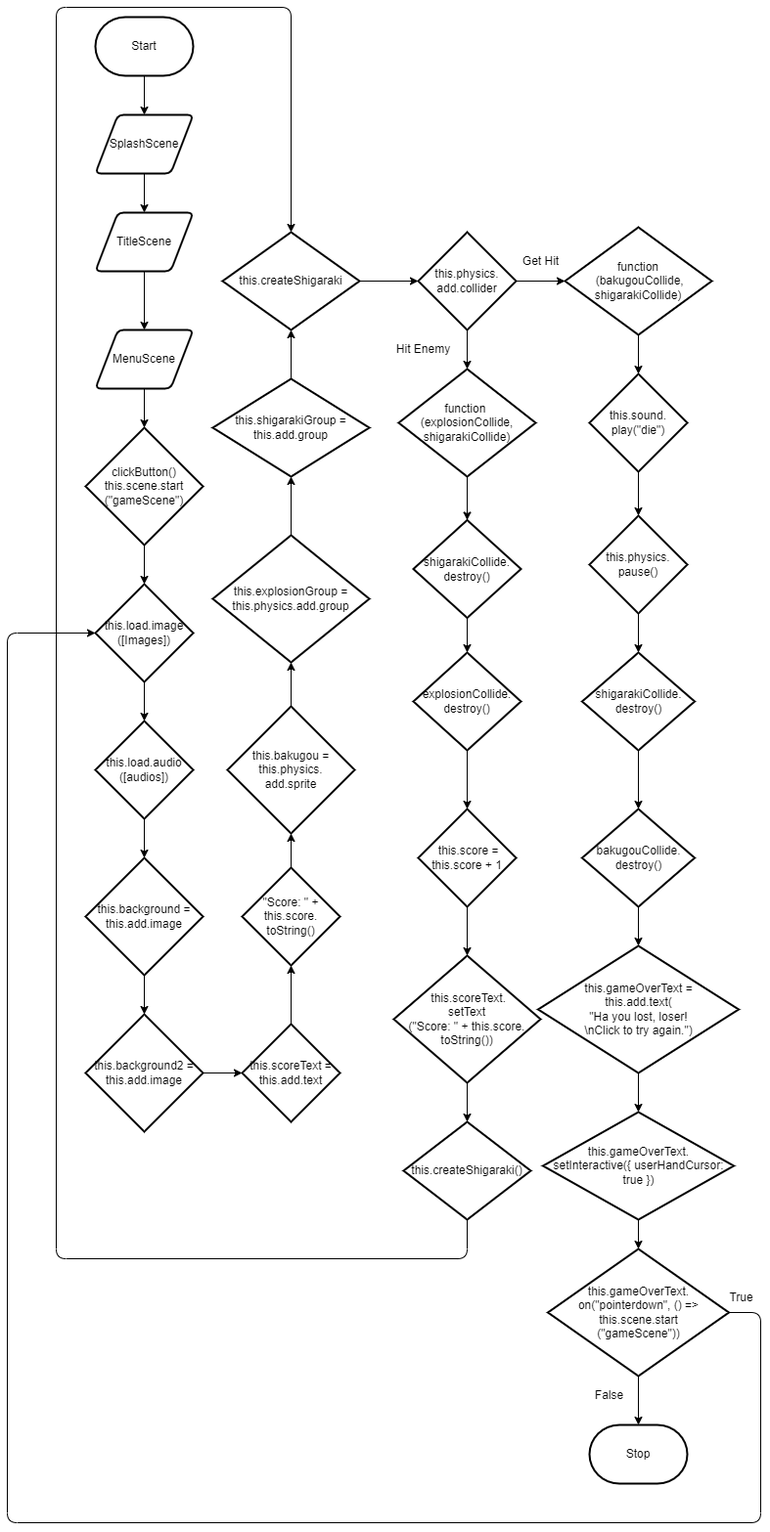
The draw.io diagram designs/flowchart.png in KaitlynIp64/Final-Project---Kaitlyn-and-Ava, before a commit. Source tidied: cells renumbered, new cells last; positions are measured from the earlier drawing's top-left corner, leaving out a move shared by most shapes.
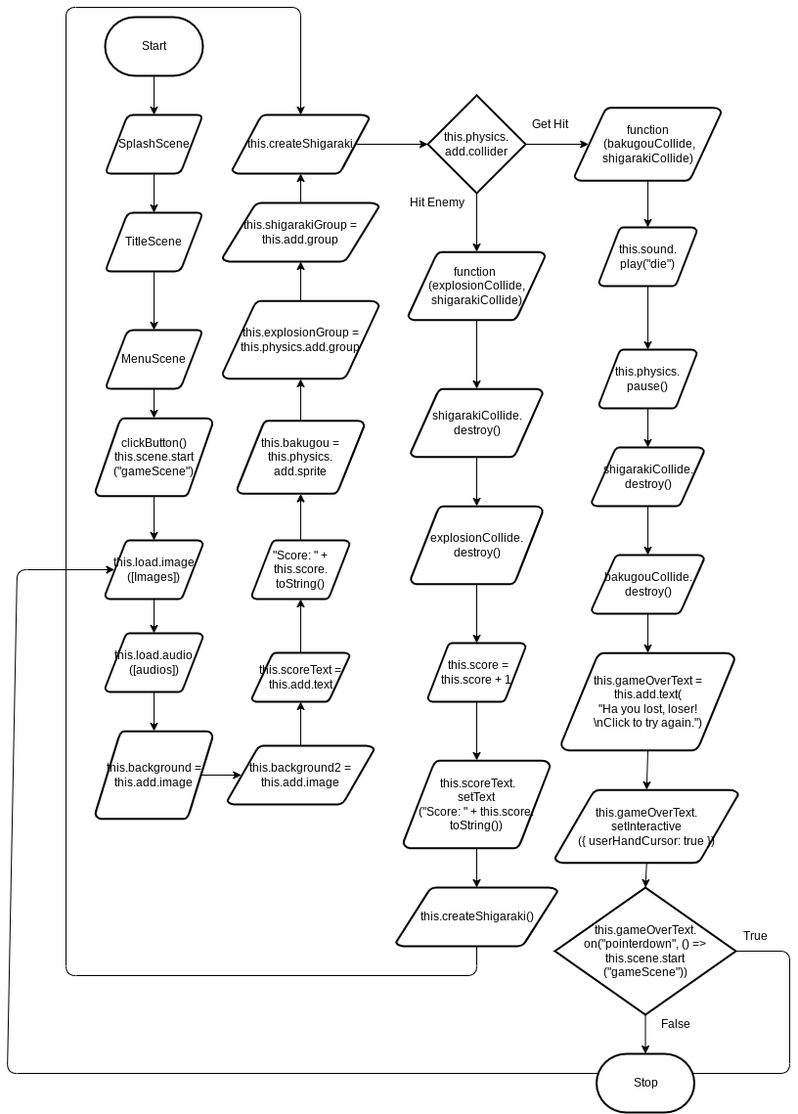
Above is the later version.

Diff of the diagram source:
```diff
@@ -31,4 +31,4 @@
     </mxCell>
-    <mxCell id="11" value="&lt;div&gt;clickButton() &lt;span&gt;this.scene.start&lt;/span&gt;&lt;/div&gt;&lt;div&gt;&lt;span&gt;(&quot;gameScene&quot;)&lt;/span&gt;&lt;/div&gt;" style="strokeWidth=2;html=1;shape=mxgraph.flowchart.decision;whiteSpace=wrap;" parent="1" vertex="1">
-      <mxGeometry x="80" y="430" width="120" height="120" as="geometry" />
+    <mxCell id="11" value="&lt;div&gt;clickButton() &lt;span&gt;this.scene.start&lt;/span&gt;&lt;/div&gt;&lt;div&gt;&lt;span&gt;(&quot;gameScene&quot;)&lt;/span&gt;&lt;/div&gt;" style="strokeWidth=2;html=1;shape=mxgraph.flowchart.data;whiteSpace=wrap;" parent="1" vertex="1">
+      <mxGeometry x="80" y="420" width="120" height="80" as="geometry" />
     </mxCell>
@@ -37,4 +37,4 @@
     </mxCell>
-    <mxCell id="13" value="this.load.image&lt;br&gt;([Images])" style="strokeWidth=2;html=1;shape=mxgraph.flowchart.decision;whiteSpace=wrap;" parent="1" vertex="1">
-      <mxGeometry x="90" y="590" width="100" height="100" as="geometry" />
+    <mxCell id="13" value="this.load.image&lt;br&gt;([Images])" style="strokeWidth=2;html=1;shape=mxgraph.flowchart.data;whiteSpace=wrap;" parent="1" vertex="1">
+      <mxGeometry x="90" y="545" width="100" height="60" as="geometry" />
     </mxCell>
@@ -43,16 +43,16 @@
     </mxCell>
-    <mxCell id="15" value="this.load.audio&lt;br&gt;([audios])" style="strokeWidth=2;html=1;shape=mxgraph.flowchart.decision;whiteSpace=wrap;" parent="1" vertex="1">
-      <mxGeometry x="90" y="730" width="100" height="100" as="geometry" />
+    <mxCell id="15" value="this.load.audio&lt;br&gt;([audios])" style="strokeWidth=2;html=1;shape=mxgraph.flowchart.data;whiteSpace=wrap;" parent="1" vertex="1">
+      <mxGeometry x="90" y="640" width="100" height="60" as="geometry" />
     </mxCell>
-    <mxCell id="16" style="edgeStyle=none;html=1;exitX=0.5;exitY=1;exitDx=0;exitDy=0;exitPerimeter=0;entryX=0.5;entryY=0;entryDx=0;entryDy=0;entryPerimeter=0;" parent="1" edge="1" source="17" target="19">
+    <mxCell id="16" style="edgeStyle=none;html=1;exitX=0.905;exitY=0.5;exitDx=0;exitDy=0;exitPerimeter=0;entryX=0.095;entryY=0.5;entryDx=0;entryDy=0;entryPerimeter=0;" parent="1" edge="1" source="17" target="19">
       <mxGeometry relative="1" as="geometry" />
     </mxCell>
-    <mxCell id="17" value="this.background = this.add.image" style="strokeWidth=2;html=1;shape=mxgraph.flowchart.decision;whiteSpace=wrap;" parent="1" vertex="1">
-      <mxGeometry x="80" y="870" width="120" height="120" as="geometry" />
+    <mxCell id="17" value="this.background = this.add.image" style="strokeWidth=2;html=1;shape=mxgraph.flowchart.data;whiteSpace=wrap;" parent="1" vertex="1">
+      <mxGeometry x="80" y="740" width="120" height="90" as="geometry" />
     </mxCell>
-    <mxCell id="18" style="edgeStyle=none;html=1;exitX=1;exitY=0.5;exitDx=0;exitDy=0;exitPerimeter=0;entryX=0;entryY=0.5;entryDx=0;entryDy=0;entryPerimeter=0;" parent="1" edge="1" source="19" target="21">
+    <mxCell id="18" style="edgeStyle=none;html=1;" parent="1" edge="1" source="19" target="21">
       <mxGeometry relative="1" as="geometry" />
     </mxCell>
-    <mxCell id="19" value="this.background2 = this.add.image" style="strokeWidth=2;html=1;shape=mxgraph.flowchart.decision;whiteSpace=wrap;" parent="1" vertex="1">
-      <mxGeometry x="80" y="1030" width="120" height="120" as="geometry" />
+    <mxCell id="19" value="this.background2 = this.add.image" style="strokeWidth=2;html=1;shape=mxgraph.flowchart.data;whiteSpace=wrap;" parent="1" vertex="1">
+      <mxGeometry x="215" y="755" width="150" height="60" as="geometry" />
     </mxCell>
@@ -61,4 +61,4 @@
     </mxCell>
-    <mxCell id="21" value="this.scoreText = this.add.text" style="strokeWidth=2;html=1;shape=mxgraph.flowchart.decision;whiteSpace=wrap;" parent="1" vertex="1">
-      <mxGeometry x="240" y="1040" width="100" height="100" as="geometry" />
+    <mxCell id="21" value="this.scoreText = this.add.text" style="strokeWidth=2;html=1;shape=mxgraph.flowchart.data;whiteSpace=wrap;" parent="1" vertex="1">
+      <mxGeometry x="240" y="660" width="100" height="50" as="geometry" />
     </mxCell>
@@ -67,4 +67,4 @@
     </mxCell>
-    <mxCell id="23" value="&quot;Score: &quot; + this.score.&lt;br&gt;toString()" style="strokeWidth=2;html=1;shape=mxgraph.flowchart.decision;whiteSpace=wrap;" parent="1" vertex="1">
-      <mxGeometry x="240" y="880" width="100" height="100" as="geometry" />
+    <mxCell id="23" value="&quot;Score: &quot; + this.score.&lt;br&gt;toString()" style="strokeWidth=2;html=1;shape=mxgraph.flowchart.data;whiteSpace=wrap;" parent="1" vertex="1">
+      <mxGeometry x="240" y="545" width="100" height="60" as="geometry" />
     </mxCell>
@@ -73,10 +73,10 @@
     </mxCell>
-    <mxCell id="25" value="this.bakugou = this.physics.&lt;br&gt;add.sprite" style="strokeWidth=2;html=1;shape=mxgraph.flowchart.decision;whiteSpace=wrap;" parent="1" vertex="1">
-      <mxGeometry x="225" y="715" width="130" height="130" as="geometry" />
+    <mxCell id="25" value="this.bakugou = this.physics.&lt;br&gt;add.sprite" style="strokeWidth=2;html=1;shape=mxgraph.flowchart.data;whiteSpace=wrap;" parent="1" vertex="1">
+      <mxGeometry x="225" y="422.5" width="130" height="75" as="geometry" />
     </mxCell>
-    <mxCell id="26" style="edgeStyle=none;html=1;exitX=0.5;exitY=0;exitDx=0;exitDy=0;exitPerimeter=0;entryX=0.5;entryY=1;entryDx=0;entryDy=0;entryPerimeter=0;" parent="1" edge="1" source="27" target="29">
+    <mxCell id="26" style="edgeStyle=none;html=1;exitX=0.5;exitY=0;exitDx=0;exitDy=0;exitPerimeter=0;" parent="1" edge="1" source="27" target="29">
       <mxGeometry relative="1" as="geometry" />
     </mxCell>
-    <mxCell id="27" value="this.explosionGroup = this.physics.add.group" style="strokeWidth=2;html=1;shape=mxgraph.flowchart.decision;whiteSpace=wrap;" parent="1" vertex="1">
-      <mxGeometry x="210" y="540" width="160" height="130" as="geometry" />
+    <mxCell id="27" value="this.explosionGroup = this.physics.add.group" style="strokeWidth=2;html=1;shape=mxgraph.flowchart.data;whiteSpace=wrap;" parent="1" vertex="1">
+      <mxGeometry x="210" y="300" width="160" height="80" as="geometry" />
     </mxCell>
@@ -85,10 +85,10 @@
     </mxCell>
-    <mxCell id="29" value="this.shigarakiGroup = this.add.group" style="strokeWidth=2;html=1;shape=mxgraph.flowchart.decision;whiteSpace=wrap;" parent="1" vertex="1">
-      <mxGeometry x="210" y="380" width="160" height="100" as="geometry" />
+    <mxCell id="29" value="this.shigarakiGroup = this.add.group" style="strokeWidth=2;html=1;shape=mxgraph.flowchart.data;whiteSpace=wrap;" parent="1" vertex="1">
+      <mxGeometry x="210" y="200" width="160" height="60" as="geometry" />
     </mxCell>
-    <mxCell id="30" style="edgeStyle=none;html=1;entryX=0;entryY=0.5;entryDx=0;entryDy=0;entryPerimeter=0;" parent="1" edge="1" source="31" target="34">
+    <mxCell id="30" style="edgeStyle=none;html=1;entryX=0;entryY=0.5;entryDx=0;entryDy=0;entryPerimeter=0;exitX=0.905;exitY=0.5;exitDx=0;exitDy=0;exitPerimeter=0;" parent="1" edge="1" source="31" target="34">
       <mxGeometry relative="1" as="geometry" />
     </mxCell>
-    <mxCell id="31" value="this.createShigaraki" style="strokeWidth=2;html=1;shape=mxgraph.flowchart.decision;whiteSpace=wrap;" parent="1" vertex="1">
-      <mxGeometry x="220" y="230" width="140" height="100" as="geometry" />
+    <mxCell id="31" value="this.createShigaraki" style="strokeWidth=2;html=1;shape=mxgraph.flowchart.data;whiteSpace=wrap;" parent="1" vertex="1">
+      <mxGeometry x="220" y="110" width="140" height="60" as="geometry" />
     </mxCell>
@@ -97,3 +97,3 @@
     </mxCell>
-    <mxCell id="33" style="edgeStyle=none;html=1;entryX=0;entryY=0.5;entryDx=0;entryDy=0;entryPerimeter=0;" parent="1" edge="1" source="34" target="38">
+    <mxCell id="33" style="edgeStyle=none;html=1;entryX=0.095;entryY=0.5;entryDx=0;entryDy=0;entryPerimeter=0;" parent="1" edge="1" source="34" target="38">
       <mxGeometry relative="1" as="geometry" />
@@ -101,3 +101,3 @@
     <mxCell id="34" value="this.physics.&lt;br&gt;add.collider" style="strokeWidth=2;html=1;shape=mxgraph.flowchart.decision;whiteSpace=wrap;" parent="1" vertex="1">
-      <mxGeometry x="420" y="230" width="100" height="100" as="geometry" />
+      <mxGeometry x="420" y="90" width="100" height="100" as="geometry" />
     </mxCell>
@@ -106,4 +106,4 @@
     </mxCell>
-    <mxCell id="36" value="function &lt;br&gt;(explosionCollide, shigarakiCollide)" style="strokeWidth=2;html=1;shape=mxgraph.flowchart.decision;whiteSpace=wrap;" parent="1" vertex="1">
-      <mxGeometry x="400" y="370" width="140" height="110" as="geometry" />
+    <mxCell id="36" value="function &lt;br&gt;(explosionCollide, shigarakiCollide)" style="strokeWidth=2;html=1;shape=mxgraph.flowchart.data;whiteSpace=wrap;" parent="1" vertex="1">
+      <mxGeometry x="400" y="250" width="140" height="70" as="geometry" />
     </mxCell>
@@ -112,4 +112,4 @@
     </mxCell>
-    <mxCell id="38" value="function&lt;br&gt;&amp;nbsp;(bakugouCollide, shigarakiCollide)" style="strokeWidth=2;html=1;shape=mxgraph.flowchart.decision;whiteSpace=wrap;" parent="1" vertex="1">
-      <mxGeometry x="570" y="225" width="150" height="110" as="geometry" />
+    <mxCell id="38" value="function&lt;br&gt;&amp;nbsp;(bakugouCollide, shigarakiCollide)" style="strokeWidth=2;html=1;shape=mxgraph.flowchart.data;whiteSpace=wrap;" parent="1" vertex="1">
+      <mxGeometry x="570" y="102.5" width="150" height="75" as="geometry" />
     </mxCell>
@@ -118,4 +118,4 @@
     </mxCell>
-    <mxCell id="40" value="shigarakiCollide.&lt;br&gt;destroy()" style="strokeWidth=2;html=1;shape=mxgraph.flowchart.decision;whiteSpace=wrap;" parent="1" vertex="1">
-      <mxGeometry x="415" y="524.5" width="110" height="100" as="geometry" />
+    <mxCell id="40" value="shigarakiCollide.&lt;br&gt;destroy()" style="strokeWidth=2;html=1;shape=mxgraph.flowchart.data;whiteSpace=wrap;" parent="1" vertex="1">
+      <mxGeometry x="402.5" y="390" width="135" height="70" as="geometry" />
     </mxCell>
@@ -124,4 +124,4 @@
     </mxCell>
-    <mxCell id="42" value="explosionCollide.&lt;br&gt;destroy()" style="strokeWidth=2;html=1;shape=mxgraph.flowchart.decision;whiteSpace=wrap;" parent="1" vertex="1">
-      <mxGeometry x="415" y="660" width="110" height="100" as="geometry" />
+    <mxCell id="42" value="explosionCollide.&lt;br&gt;destroy()" style="strokeWidth=2;html=1;shape=mxgraph.flowchart.data;whiteSpace=wrap;" parent="1" vertex="1">
+      <mxGeometry x="402.5" y="510" width="135" height="80" as="geometry" />
     </mxCell>
@@ -130,4 +130,4 @@
     </mxCell>
-    <mxCell id="44" value="&amp;nbsp;this.score = this.score + 1" style="strokeWidth=2;html=1;shape=mxgraph.flowchart.decision;whiteSpace=wrap;" parent="1" vertex="1">
-      <mxGeometry x="420" y="820" width="100" height="100" as="geometry" />
+    <mxCell id="44" value="&amp;nbsp;this.score = this.score + 1" style="strokeWidth=2;html=1;shape=mxgraph.flowchart.data;whiteSpace=wrap;" parent="1" vertex="1">
+      <mxGeometry x="420" y="650" width="100" height="60" as="geometry" />
     </mxCell>
@@ -136,4 +136,4 @@
     </mxCell>
-    <mxCell id="46" value="&amp;nbsp;this.scoreText.&lt;br&gt;setText&lt;br&gt;(&quot;Score: &quot; + this.score.&lt;br&gt;toString())" style="strokeWidth=2;html=1;shape=mxgraph.flowchart.decision;whiteSpace=wrap;" parent="1" vertex="1">
-      <mxGeometry x="395" y="970" width="150" height="130" as="geometry" />
+    <mxCell id="46" value="&amp;nbsp;this.scoreText.&lt;br&gt;setText&lt;br&gt;(&quot;Score: &quot; + this.score.&lt;br&gt;toString())" style="strokeWidth=2;html=1;shape=mxgraph.flowchart.data;whiteSpace=wrap;" parent="1" vertex="1">
+      <mxGeometry x="395" y="770" width="150" height="90" as="geometry" />
     </mxCell>
@@ -142,4 +142,4 @@
         <Array as="points">
-          <mxPoint x="470" y="1280" />
-          <mxPoint x="50" y="1280" />
+          <mxPoint x="470" y="990" />
+          <mxPoint x="50" y="990" />
           <mxPoint x="50" />
@@ -149,4 +149,4 @@
     </mxCell>
-    <mxCell id="48" value="this.createShigaraki()" style="strokeWidth=2;html=1;shape=mxgraph.flowchart.decision;whiteSpace=wrap;" parent="1" vertex="1">
-      <mxGeometry x="405" y="1140" width="130" height="100" as="geometry" />
+    <mxCell id="48" value="this.createShigaraki()" style="strokeWidth=2;html=1;shape=mxgraph.flowchart.data;whiteSpace=wrap;" parent="1" vertex="1">
+      <mxGeometry x="387.5" y="900" width="165" height="60" as="geometry" />
     </mxCell>
@@ -155,4 +155,4 @@
     </mxCell>
-    <mxCell id="50" value="this.sound.&lt;br&gt;play(&quot;die&quot;)" style="strokeWidth=2;html=1;shape=mxgraph.flowchart.decision;whiteSpace=wrap;" parent="1" vertex="1">
-      <mxGeometry x="595" y="375" width="100" height="100" as="geometry" />
+    <mxCell id="50" value="this.sound.&lt;br&gt;play(&quot;die&quot;)" style="strokeWidth=2;html=1;shape=mxgraph.flowchart.data;whiteSpace=wrap;" parent="1" vertex="1">
+      <mxGeometry x="595" y="225" width="100" height="60" as="geometry" />
     </mxCell>
@@ -161,4 +161,4 @@
     </mxCell>
-    <mxCell id="52" value="this.physics.&lt;br&gt;pause()" style="strokeWidth=2;html=1;shape=mxgraph.flowchart.decision;whiteSpace=wrap;" parent="1" vertex="1">
-      <mxGeometry x="595" y="520" width="100" height="100" as="geometry" />
+    <mxCell id="52" value="this.physics.&lt;br&gt;pause()" style="strokeWidth=2;html=1;shape=mxgraph.flowchart.data;whiteSpace=wrap;" parent="1" vertex="1">
+      <mxGeometry x="595" y="350" width="100" height="60" as="geometry" />
     </mxCell>
@@ -167,4 +167,4 @@
     </mxCell>
-    <mxCell id="54" value="shigarakiCollide.&lt;br&gt;destroy()" style="strokeWidth=2;html=1;shape=mxgraph.flowchart.decision;whiteSpace=wrap;" parent="1" vertex="1">
-      <mxGeometry x="587.5" y="660" width="115" height="100" as="geometry" />
+    <mxCell id="54" value="shigarakiCollide.&lt;br&gt;destroy()" style="strokeWidth=2;html=1;shape=mxgraph.flowchart.data;whiteSpace=wrap;" parent="1" vertex="1">
+      <mxGeometry x="587.5" y="450" width="115" height="60" as="geometry" />
     </mxCell>
@@ -173,4 +173,4 @@
     </mxCell>
-    <mxCell id="56" value="bakugouCollide.&lt;br&gt;destroy()" style="strokeWidth=2;html=1;shape=mxgraph.flowchart.decision;whiteSpace=wrap;" parent="1" vertex="1">
-      <mxGeometry x="587.5" y="820" width="115" height="100" as="geometry" />
+    <mxCell id="56" value="bakugouCollide.&lt;br&gt;destroy()" style="strokeWidth=2;html=1;shape=mxgraph.flowchart.data;whiteSpace=wrap;" parent="1" vertex="1">
+      <mxGeometry x="587.5" y="560" width="115" height="60" as="geometry" />
     </mxCell>
@@ -179,4 +179,4 @@
     </mxCell>
-    <mxCell id="58" value="&lt;div&gt;this.gameOverText =&lt;/div&gt;&lt;div&gt;this.add&lt;span&gt;.text(&lt;/span&gt;&lt;/div&gt;&quot;Ha you lost, loser!&lt;br&gt;\nClick to try again.&quot;)" style="strokeWidth=2;html=1;shape=mxgraph.flowchart.decision;whiteSpace=wrap;" parent="1" vertex="1">
-      <mxGeometry x="542.5" y="960" width="205" height="130" as="geometry" />
+    <mxCell id="58" value="&lt;div&gt;this.gameOverText =&lt;/div&gt;&lt;div&gt;this.add&lt;span&gt;.text(&lt;/span&gt;&lt;/div&gt;&quot;Ha you lost, loser!&lt;br&gt;\nClick to try again.&quot;)" style="strokeWidth=2;html=1;shape=mxgraph.flowchart.data;whiteSpace=wrap;" parent="1" vertex="1">
+      <mxGeometry x="556.2" y="660" width="177.5" height="100" as="geometry" />
     </mxCell>
@@ -185,4 +185,4 @@
     </mxCell>
-    <mxCell id="60" value="this.gameOverText.&lt;br&gt;setInteractive({ userHandCursor: true })" style="strokeWidth=2;html=1;shape=mxgraph.flowchart.decision;whiteSpace=wrap;" parent="1" vertex="1">
-      <mxGeometry x="547.5" y="1130" width="195" height="110" as="geometry" />
+    <mxCell id="60" value="this.gameOverText.&lt;br&gt;setInteractive&lt;br&gt;({ userHandCursor: true })" style="strokeWidth=2;html=1;shape=mxgraph.flowchart.data;whiteSpace=wrap;" parent="1" vertex="1">
+      <mxGeometry x="550" y="800" width="187.5" height="75" as="geometry" />
     </mxCell>
@@ -191,9 +191,9 @@
     </mxCell>
-    <mxCell id="62" style="edgeStyle=none;html=1;exitX=1;exitY=0.5;exitDx=0;exitDy=0;exitPerimeter=0;entryX=0;entryY=0.5;entryDx=0;entryDy=0;entryPerimeter=0;" parent="1" edge="1" source="63" target="13">
+    <mxCell id="62" style="edgeStyle=none;html=1;exitX=1;exitY=0.5;exitDx=0;exitDy=0;exitPerimeter=0;entryX=0.095;entryY=0.5;entryDx=0;entryDy=0;entryPerimeter=0;" parent="1" edge="1" source="63" target="13">
       <mxGeometry relative="1" as="geometry">
         <Array as="points">
-          <mxPoint x="770" y="1335" />
-          <mxPoint x="770" y="1550" />
-          <mxPoint y="1550" />
-          <mxPoint y="640" />
+          <mxPoint x="790" y="965" />
+          <mxPoint x="790" y="1090" />
+          <mxPoint x="-10" y="1090" />
+          <mxPoint y="575" />
         </Array>
@@ -202,18 +202,18 @@
     <mxCell id="63" value="this.gameOverText.&lt;br&gt;on(&quot;pointerdown&quot;, () =&amp;gt; this.scene.start&lt;br&gt;(&quot;gameScene&quot;))" style="strokeWidth=2;html=1;shape=mxgraph.flowchart.decision;whiteSpace=wrap;" parent="1" vertex="1">
-      <mxGeometry x="552.5" y="1270" width="185" height="130" as="geometry" />
+      <mxGeometry x="550" y="900" width="185" height="130" as="geometry" />
     </mxCell>
     <mxCell id="64" value="Stop" style="strokeWidth=2;html=1;shape=mxgraph.flowchart.terminator;whiteSpace=wrap;" parent="1" vertex="1">
-      <mxGeometry x="595" y="1450" width="100" height="60" as="geometry" />
+      <mxGeometry x="592.5" y="1070" width="100" height="60" as="geometry" />
     </mxCell>
     <mxCell id="65" value="Get Hit" style="text;html=1;align=center;verticalAlign=middle;strokeColor=none;fillColor=none;" parent="1" vertex="1">
-      <mxGeometry x="520" y="250" width="50" height="20" as="geometry" />
+      <mxGeometry x="520" y="110" width="50" height="20" as="geometry" />
     </mxCell>
     <mxCell id="66" value="Hit Enemy" style="text;html=1;align=center;verticalAlign=middle;strokeColor=none;fillColor=none;" parent="1" vertex="1">
-      <mxGeometry x="390" y="340" width="70" height="20" as="geometry" />
+      <mxGeometry x="394" y="190" width="70" height="20" as="geometry" />
     </mxCell>
     <mxCell id="67" value="False" style="text;html=1;align=center;verticalAlign=middle;strokeColor=none;fillColor=none;" parent="1" vertex="1">
-      <mxGeometry x="595" y="1410" width="40" height="20" as="geometry" />
+      <mxGeometry x="652.5" y="1030" width="40" height="20" as="geometry" />
     </mxCell>
     <mxCell id="68" value="True" style="text;html=1;align=center;verticalAlign=middle;strokeColor=none;fillColor=none;" parent="1" vertex="1">
-      <mxGeometry x="730" y="1310" width="40" height="20" as="geometry" />
+      <mxGeometry x="735" y="940" width="40" height="20" as="geometry" />
     </mxCell>
```
